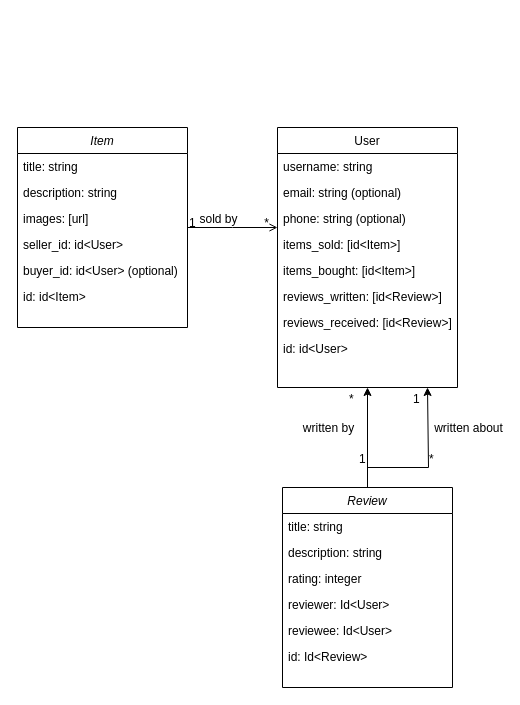
Above: classdiagram.drawio in davepatel2/StuffEx---full-stack (draw.io), before the change. Source tidied: cells renumbered, new cells numbered last; positions are measured from the earlier drawing's top-left corner, leaving out a move shared by most shapes. Both pictures are drawn from the tidied source at 100%, with x=0, y=0 at pixel (17, 127).
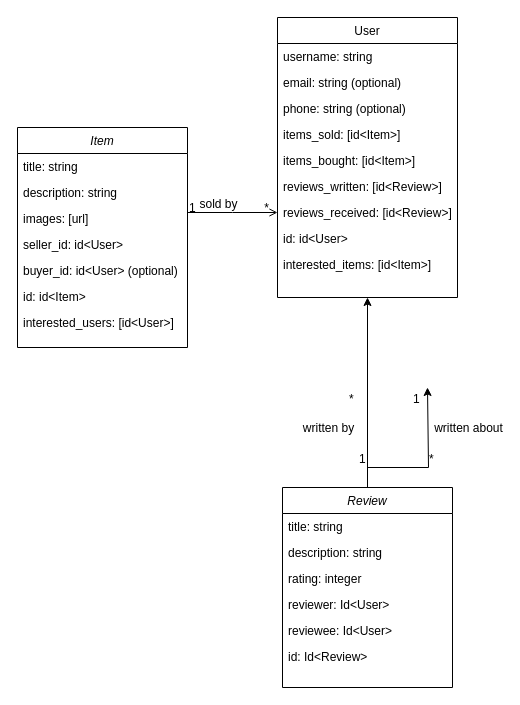
The same page after the edit.

Commit message:
Add interested users to items

Change to the diagram source:
```diff
@@
     <mxCell id="2" value="Item" style="swimlane;fontStyle=2;align=center;verticalAlign=top;horizontal=1;startSize=26;rounded=0;shadow=0;strokeWidth=1;" parent="1" vertex="1">
-      <mxGeometry width="170" height="200" as="geometry" />
+      <mxGeometry width="170" height="220" as="geometry" />
     </mxCell>
@@
+    <mxCell id="37" value="interested_users: [id&lt;User&gt;]" style="text;align=left;verticalAlign=top;spacingLeft=4;spacingRight=4;overflow=hidden;rounded=0;shadow=0;html=0;" parent="2" vertex="1">
+      <mxGeometry y="182" width="170" height="26" as="geometry" />
+    </mxCell>
     <mxCell id="9" value="User" style="swimlane;fontStyle=0;align=center;verticalAlign=top;horizontal=1;startSize=26;rounded=0;shadow=0;strokeWidth=1;" parent="1" vertex="1">
-      <mxGeometry x="260" width="180" height="260" as="geometry" />
+      <mxGeometry x="260" y="-110" width="180" height="280" as="geometry" />
     </mxCell>
@@
+    <mxCell id="38" value="interested_items: [id&lt;Item&gt;]" style="text;align=left;verticalAlign=top;spacingLeft=4;spacingRight=4;overflow=hidden;rounded=0;shadow=0;html=0;" parent="9" vertex="1">
+      <mxGeometry y="234" width="180" height="26" as="geometry" />
+    </mxCell>
```
